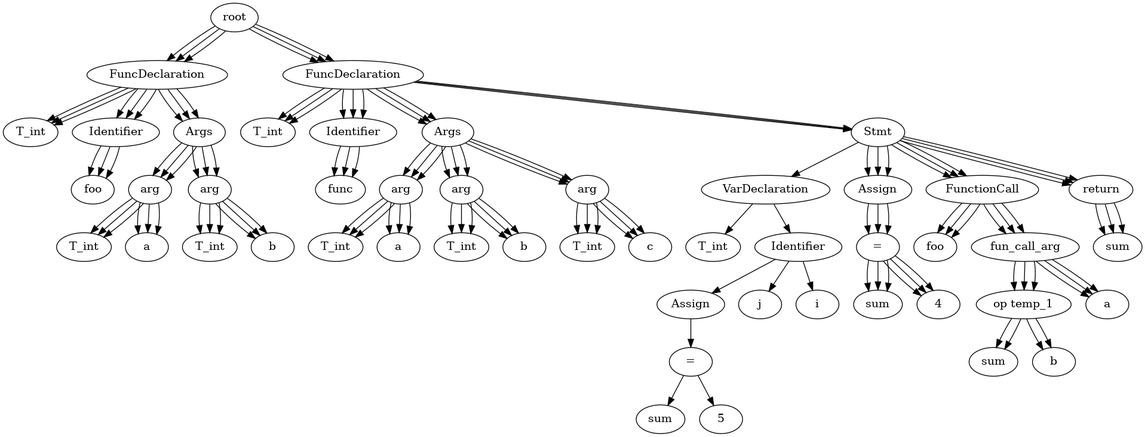
Jstar49/starCC keeps this Graphviz diagram as test.gv.png. Above is the earlier version. Its source is kept beside it as test.gv.
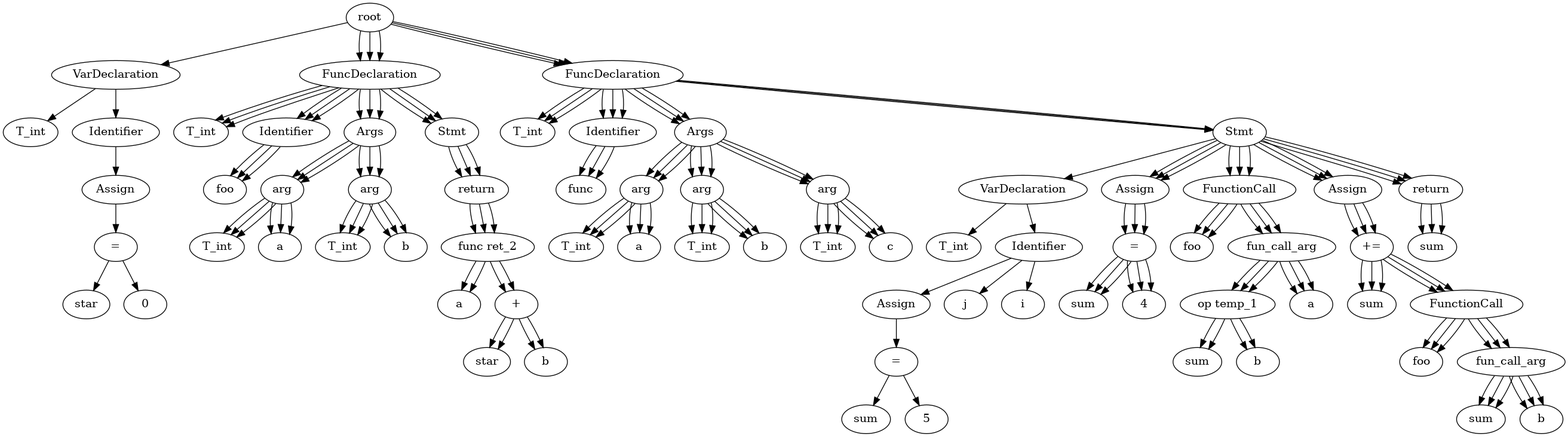
The same file after the commit.

Diff of the diagram source:
```diff
@@ -1,253 +1,349 @@
 digraph {
 	None [label=root]
-	0 [label=FuncDeclaration]
+	0 [label=VarDeclaration]
 	None -> 0
 	1 [label=T_int]
 	0 -> 1
 	2 [label=Identifier]
 	0 -> 2
-	3 [label=foo]
+	3 [label=Assign]
 	2 -> 3
-	4 [label=Args]
-	0 -> 4
-	5 [label=arg]
-	4 -> 5
-	6 [label=T_int]
+	5 [label="="]
+	3 -> 5
+	4 [label=star]
+	5 -> 4
+	6 [label=0]
 	5 -> 6
-	7 [label=a]
-	5 -> 7
-	8 [label=arg]
-	4 -> 8
-	9 [label=T_int]
-	8 -> 9
-	10 [label=b]
-	8 -> 10
-	11 [label=FuncDeclaration]
-	None -> 11
-	12 [label=T_int]
+	7 [label=FuncDeclaration]
+	None -> 7
+	8 [label=T_int]
+	7 -> 8
+	9 [label=Identifier]
+	7 -> 9
+	10 [label=foo]
+	9 -> 10
+	11 [label=Args]
+	7 -> 11
+	12 [label=arg]
 	11 -> 12
-	13 [label=Identifier]
-	11 -> 13
-	14 [label=func]
-	13 -> 14
-	15 [label=Args]
+	13 [label=T_int]
+	12 -> 13
+	14 [label=a]
+	12 -> 14
+	15 [label=arg]
 	11 -> 15
-	16 [label=arg]
+	16 [label=T_int]
 	15 -> 16
-	17 [label=T_int]
-	16 -> 17
-	18 [label=a]
-	16 -> 18
-	19 [label=arg]
-	15 -> 19
-	20 [label=T_int]
-	19 -> 20
-	21 [label=b]
+	17 [label=b]
+	15 -> 17
+	18 [label=Stmt]
+	7 -> 18
+	19 [label=return]
+	18 -> 19
+	21 [label="+"]
 	19 -> 21
-	22 [label=arg]
-	15 -> 22
-	23 [label=T_int]
-	22 -> 23
-	24 [label=c]
-	22 -> 24
-	25 [label=Stmt]
-	11 -> 25
-	26 [label=VarDeclaration]
+	20 [label=a]
+	21 -> 20
+	23 [label="+"]
+	21 -> 23
+	22 [label=star]
+	23 -> 22
+	24 [label=b]
+	23 -> 24
+	25 [label=FuncDeclaration]
+	None -> 25
+	26 [label=T_int]
 	25 -> 26
-	27 [label=T_int]
-	26 -> 27
-	28 [label=Identifier]
-	26 -> 28
-	29 [label=Assign]
-	28 -> 29
-	31 [label="="]
-	29 -> 31
-	30 [label=sum]
-	31 -> 30
-	32 [label=5]
-	31 -> 32
-	33 [label=j]
-	28 -> 33
-	34 [label=i]
-	28 -> 34
-	35 [label=Assign]
-	25 -> 35
-	37 [label="="]
-	35 -> 37
-	36 [label=sum]
-	37 -> 36
-	38 [label=4]
-	37 -> 38
-	39 [label=FunctionCall]
+	27 [label=Identifier]
+	25 -> 27
+	28 [label=func]
+	27 -> 28
+	29 [label=Args]
+	25 -> 29
+	30 [label=arg]
+	29 -> 30
+	31 [label=T_int]
+	30 -> 31
+	32 [label=a]
+	30 -> 32
+	33 [label=arg]
+	29 -> 33
+	34 [label=T_int]
+	33 -> 34
+	35 [label=b]
+	33 -> 35
+	36 [label=arg]
+	29 -> 36
+	37 [label=T_int]
+	36 -> 37
+	38 [label=c]
+	36 -> 38
+	39 [label=Stmt]
 	25 -> 39
-	40 [label=foo]
+	40 [label=VarDeclaration]
 	39 -> 40
-	41 [label=fun_call_arg]
-	39 -> 41
-	43 [label="+"]
-	41 -> 43
-	42 [label=sum]
-	43 -> 42
-	44 [label=b]
-	43 -> 44
-	45 [label=a]
-	41 -> 45
-	46 [label=return]
-	25 -> 46
-	47 [label=sum]
-	46 -> 47
+	41 [label=T_int]
+	40 -> 41
+	42 [label=Identifier]
+	40 -> 42
+	43 [label=Assign]
+	42 -> 43
+	45 [label="="]
+	43 -> 45
+	44 [label=sum]
+	45 -> 44
+	46 [label=5]
+	45 -> 46
+	47 [label=j]
+	42 -> 47
+	48 [label=i]
+	42 -> 48
+	49 [label=Assign]
+	39 -> 49
+	51 [label="="]
+	49 -> 51
+	50 [label=sum]
+	51 -> 50
+	52 [label=4]
+	51 -> 52
+	53 [label=FunctionCall]
+	39 -> 53
+	54 [label=foo]
+	53 -> 54
+	55 [label=fun_call_arg]
+	53 -> 55
+	57 [label="+"]
+	55 -> 57
+	56 [label=sum]
+	57 -> 56
+	58 [label=b]
+	57 -> 58
+	59 [label=a]
+	55 -> 59
+	60 [label=Assign]
+	39 -> 60
+	62 [label="+="]
+	60 -> 62
+	61 [label=sum]
+	62 -> 61
+	63 [label=FunctionCall]
+	62 -> 63
+	64 [label=foo]
+	63 -> 64
+	65 [label=fun_call_arg]
+	63 -> 65
+	66 [label=sum]
+	65 -> 66
+	67 [label=b]
+	65 -> 67
+	68 [label=return]
+	39 -> 68
+	69 [label=sum]
+	68 -> 69
 	None [label=root]
-	0 [label=FuncDeclaration]
-	None -> 0
-	1 [label=T_int]
-	0 -> 1
-	2 [label=Identifier]
-	0 -> 2
-	3 [label=foo]
-	2 -> 3
-	4 [label=Args]
-	0 -> 4
-	5 [label=arg]
-	4 -> 5
-	6 [label=T_int]
-	5 -> 6
-	7 [label=a]
-	5 -> 7
-	8 [label=arg]
-	4 -> 8
-	9 [label=T_int]
-	8 -> 9
-	10 [label=b]
-	8 -> 10
-	11 [label=FuncDeclaration]
-	None -> 11
-	12 [label=T_int]
+	7 [label=FuncDeclaration]
+	None -> 7
+	8 [label=T_int]
+	7 -> 8
+	9 [label=Identifier]
+	7 -> 9
+	10 [label=foo]
+	9 -> 10
+	11 [label=Args]
+	7 -> 11
+	12 [label=arg]
 	11 -> 12
-	13 [label=Identifier]
-	11 -> 13
-	14 [label=func]
-	13 -> 14
-	15 [label=Args]
+	13 [label=T_int]
+	12 -> 13
+	14 [label=a]
+	12 -> 14
+	15 [label=arg]
 	11 -> 15
-	16 [label=arg]
+	16 [label=T_int]
 	15 -> 16
-	17 [label=T_int]
-	16 -> 17
-	18 [label=a]
-	16 -> 18
-	19 [label=arg]
-	15 -> 19
-	20 [label=T_int]
-	19 -> 20
-	21 [label=b]
+	17 [label=b]
+	15 -> 17
+	18 [label=Stmt]
+	7 -> 18
+	19 [label=return]
+	18 -> 19
+	21 [label="+"]
 	19 -> 21
-	22 [label=arg]
-	15 -> 22
-	23 [label=T_int]
-	22 -> 23
-	24 [label=c]
-	22 -> 24
-	25 [label=Stmt]
-	11 -> 25
-	35 [label=Assign]
-	25 -> 35
-	37 [label="="]
-	35 -> 37
-	36 [label=sum]
-	37 -> 36
-	38 [label=4]
-	37 -> 38
-	39 [label=FunctionCall]
+	20 [label=a]
+	21 -> 20
+	23 [label="+"]
+	21 -> 23
+	22 [label=star]
+	23 -> 22
+	24 [label=b]
+	23 -> 24
+	25 [label=FuncDeclaration]
+	None -> 25
+	26 [label=T_int]
+	25 -> 26
+	27 [label=Identifier]
+	25 -> 27
+	28 [label=func]
+	27 -> 28
+	29 [label=Args]
+	25 -> 29
+	30 [label=arg]
+	29 -> 30
+	31 [label=T_int]
+	30 -> 31
+	32 [label=a]
+	30 -> 32
+	33 [label=arg]
+	29 -> 33
+	34 [label=T_int]
+	33 -> 34
+	35 [label=b]
+	33 -> 35
+	36 [label=arg]
+	29 -> 36
+	37 [label=T_int]
+	36 -> 37
+	38 [label=c]
+	36 -> 38
+	39 [label=Stmt]
 	25 -> 39
-	40 [label=foo]
-	39 -> 40
-	41 [label=fun_call_arg]
-	39 -> 41
-	43 [label="+"]
-	41 -> 43
-	42 [label=sum]
-	43 -> 42
-	44 [label=b]
-	43 -> 44
-	45 [label=a]
-	41 -> 45
-	46 [label=return]
-	25 -> 46
-	47 [label=sum]
-	46 -> 47
+	49 [label=Assign]
+	39 -> 49
+	51 [label="="]
+	49 -> 51
+	50 [label=sum]
+	51 -> 50
+	52 [label=4]
+	51 -> 52
+	53 [label=FunctionCall]
+	39 -> 53
+	54 [label=foo]
+	53 -> 54
+	55 [label=fun_call_arg]
+	53 -> 55
+	57 [label="+"]
+	55 -> 57
+	56 [label=sum]
+	57 -> 56
+	58 [label=b]
+	57 -> 58
+	59 [label=a]
+	55 -> 59
+	60 [label=Assign]
+	39 -> 60
+	62 [label="+="]
+	60 -> 62
+	61 [label=sum]
+	62 -> 61
+	63 [label=FunctionCall]
+	62 -> 63
+	64 [label=foo]
+	63 -> 64
+	65 [label=fun_call_arg]
+	63 -> 65
+	66 [label=sum]
+	65 -> 66
+	67 [label=b]
+	65 -> 67
+	68 [label=return]
+	39 -> 68
+	69 [label=sum]
+	68 -> 69
 	None [label=root]
-	0 [label=FuncDeclaration]
-	None -> 0
-	1 [label=T_int]
-	0 -> 1
-	2 [label=Identifier]
-	0 -> 2
-	3 [label=foo]
-	2 -> 3
-	4 [label=Args]
-	0 -> 4
-	5 [label=arg]
-	4 -> 5
-	6 [label=T_int]
-	5 -> 6
-	7 [label=a]
-	5 -> 7
-	8 [label=arg]
-	4 -> 8
-	9 [label=T_int]
-	8 -> 9
-	10 [label=b]
-	8 -> 10
-	11 [label=FuncDeclaration]
-	None -> 11
-	12 [label=T_int]
+	7 [label=FuncDeclaration]
+	None -> 7
+	8 [label=T_int]
+	7 -> 8
+	9 [label=Identifier]
+	7 -> 9
+	10 [label=foo]
+	9 -> 10
+	11 [label=Args]
+	7 -> 11
+	12 [label=arg]
 	11 -> 12
-	13 [label=Identifier]
-	11 -> 13
-	14 [label=func]
-	13 -> 14
-	15 [label=Args]
+	13 [label=T_int]
+	12 -> 13
+	14 [label=a]
+	12 -> 14
+	15 [label=arg]
 	11 -> 15
-	16 [label=arg]
+	16 [label=T_int]
 	15 -> 16
-	17 [label=T_int]
-	16 -> 17
-	18 [label=a]
-	16 -> 18
-	19 [label=arg]
-	15 -> 19
-	20 [label=T_int]
-	19 -> 20
-	21 [label=b]
+	17 [label=b]
+	15 -> 17
+	18 [label=Stmt]
+	7 -> 18
+	19 [label=return]
+	18 -> 19
+	21 [label="func ret_2"]
 	19 -> 21
-	22 [label=arg]
-	15 -> 22
-	23 [label=T_int]
-	22 -> 23
-	24 [label=c]
-	22 -> 24
-	25 [label=Stmt]
-	11 -> 25
-	35 [label=Assign]
-	25 -> 35
-	37 [label="="]
-	35 -> 37
-	36 [label=sum]
-	37 -> 36
-	38 [label=4]
-	37 -> 38
-	39 [label=FunctionCall]
+	25 [label=FuncDeclaration]
+	None -> 25
+	26 [label=T_int]
+	25 -> 26
+	27 [label=Identifier]
+	25 -> 27
+	28 [label=func]
+	27 -> 28
+	29 [label=Args]
+	25 -> 29
+	30 [label=arg]
+	29 -> 30
+	31 [label=T_int]
+	30 -> 31
+	32 [label=a]
+	30 -> 32
+	33 [label=arg]
+	29 -> 33
+	34 [label=T_int]
+	33 -> 34
+	35 [label=b]
+	33 -> 35
+	36 [label=arg]
+	29 -> 36
+	37 [label=T_int]
+	36 -> 37
+	38 [label=c]
+	36 -> 38
+	39 [label=Stmt]
 	25 -> 39
-	40 [label=foo]
-	39 -> 40
-	41 [label=fun_call_arg]
-	39 -> 41
-	43 [label="op temp_1"]
-	41 -> 43
-	45 [label=a]
-	41 -> 45
-	46 [label=return]
-	25 -> 46
-	47 [label=sum]
-	46 -> 47
+	49 [label=Assign]
+	39 -> 49
+	51 [label="="]
+	49 -> 51
+	50 [label=sum]
+	51 -> 50
+	52 [label=4]
+	51 -> 52
+	53 [label=FunctionCall]
+	39 -> 53
+	54 [label=foo]
+	53 -> 54
+	55 [label=fun_call_arg]
+	53 -> 55
+	57 [label="op temp_1"]
+	55 -> 57
+	59 [label=a]
+	55 -> 59
+	60 [label=Assign]
+	39 -> 60
+	62 [label="+="]
+	60 -> 62
+	61 [label=sum]
+	62 -> 61
+	63 [label=FunctionCall]
+	62 -> 63
+	64 [label=foo]
+	63 -> 64
+	65 [label=fun_call_arg]
+	63 -> 65
+	66 [label=sum]
+	65 -> 66
+	67 [label=b]
+	65 -> 67
+	68 [label=return]
+	39 -> 68
+	69 [label=sum]
+	68 -> 69
 }
```
